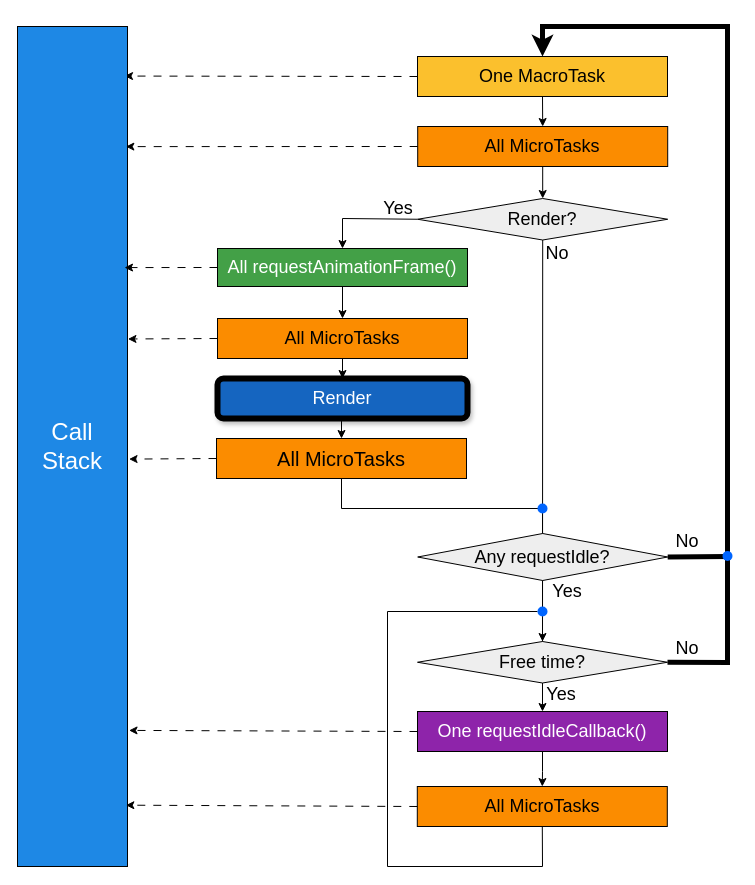
The draw.io diagram EventLoop.drawio in alexindima/JavaScript_Event_Loop, before the edit. Source tidied: cells renumbered, new cells numbered last; positions are measured from the earlier drawing's top-left corner, leaving out a move shared by most shapes. Both pictures are drawn from the tidied source at 100%, with x=0, y=0 at pixel (17, 26).
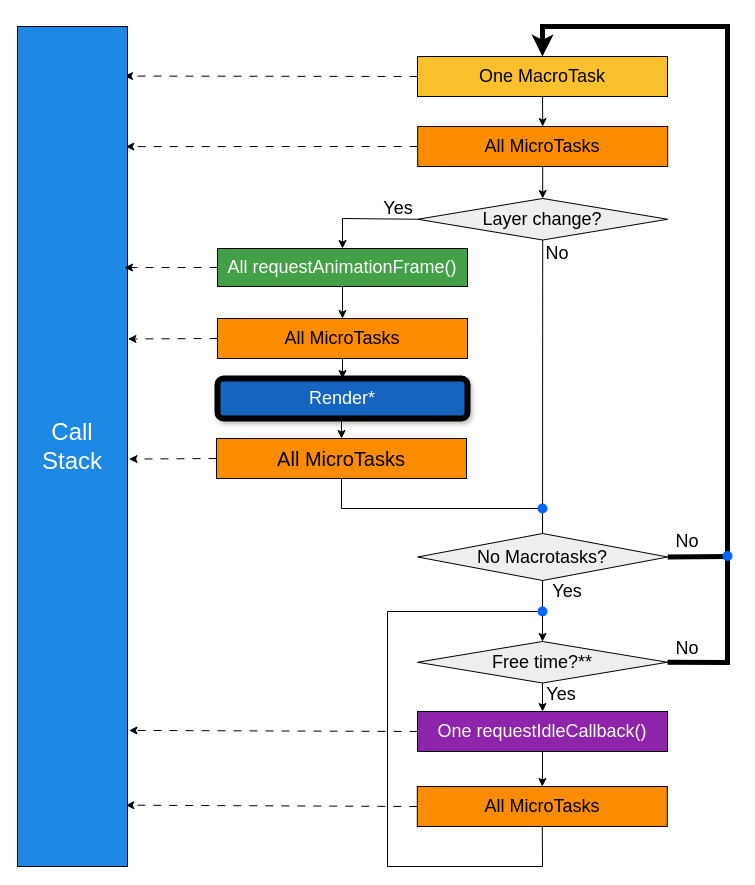
After the change.

Commit message (it also covers changes not shown here):
Add render animations example and update Event Loop diagram

Introduced a new HTML example showcasing GPU and CPU-based render animations with animations styled via CSS. Updated the Event Loop diagram with modified labels and formatting improvements for better clarity and accuracy.

Change to the diagram source:
```diff
@@
-    <mxCell id="10" value="&lt;font style=&quot;font-size: 18px;&quot;&gt;Render?&lt;/font&gt;" style="rhombus;whiteSpace=wrap;html=1;fillColor=#EEEEEE;" parent="1" vertex="1">
+    <mxCell id="10" value="&lt;font style=&quot;font-size: 18px;&quot;&gt;Layer&lt;span style=&quot;&quot;&gt; &lt;/span&gt;&lt;span style=&quot;&quot; class=&quot;EzKURWReUAB5oZgtQNkl&quot;&gt;change&lt;/span&gt;&lt;span style=&quot;&quot; class=&quot;EzKURWReUAB5oZgtQNkl&quot;&gt;?&lt;/span&gt;&lt;/font&gt;" style="rhombus;whiteSpace=wrap;html=1;fillColor=#EEEEEE;" parent="1" vertex="1">
       <mxGeometry x="400.2" y="172" width="250" height="41.5" as="geometry" />
     </mxCell>
@@
-    <mxCell id="17" value="&lt;font style=&quot;font-size: 18px;&quot;&gt;Free time?&lt;/font&gt;" style="rhombus;whiteSpace=wrap;html=1;fillColor=#EEEEEE;" parent="1" vertex="1">
+    <mxCell id="17" value="&lt;font style=&quot;font-size: 18px;&quot;&gt;Free time?**&lt;/font&gt;" style="rhombus;whiteSpace=wrap;html=1;fillColor=#EEEEEE;" parent="1" vertex="1">
       <mxGeometry x="400" y="615" width="250" height="41.5" as="geometry" />
     </mxCell>
@@
-    <mxCell id="25" value="&lt;font style=&quot;font-size: 18px; color: rgb(255, 255, 255);&quot;&gt;Render&lt;/font&gt;" style="rounded=1;whiteSpace=wrap;html=1;fillColor=#1565C0;strokeColor=#000000;shadow=1;glass=0;strokeWidth=6;" parent="1" vertex="1">
+    <mxCell id="25" value="&lt;font style=&quot;font-size: 18px; color: rgb(255, 255, 255);&quot;&gt;Render*&lt;/font&gt;" style="rounded=1;whiteSpace=wrap;html=1;fillColor=#1565C0;strokeColor=#000000;shadow=1;glass=0;strokeWidth=6;" parent="1" vertex="1">
       <mxGeometry x="200" y="352" width="250" height="40" as="geometry" />
     </mxCell>
@@
-    <mxCell id="38" value="&lt;font style=&quot;color: rgb(0, 0, 0);&quot;&gt;&lt;span style=&quot;font-size: 18px;&quot;&gt;&lt;font style=&quot;color: rgb(0, 0, 0);&quot;&gt;Any requestIdle?&lt;/font&gt;&lt;/span&gt;&lt;/font&gt;" style="rhombus;whiteSpace=wrap;html=1;fillColor=#EEEEEE;" parent="1" vertex="1">
+    <mxCell id="38" value="&lt;font style=&quot;color: rgb(0, 0, 0);&quot;&gt;&lt;span style=&quot;font-size: 18px;&quot;&gt;&lt;font style=&quot;color: rgb(0, 0, 0);&quot;&gt;No Macrotasks?&lt;/font&gt;&lt;/span&gt;&lt;/font&gt;" style="rhombus;whiteSpace=wrap;html=1;fillColor=#EEEEEE;" parent="1" vertex="1">
       <mxGeometry x="400.2" y="507" width="250" height="47" as="geometry" />
     </mxCell>
```
